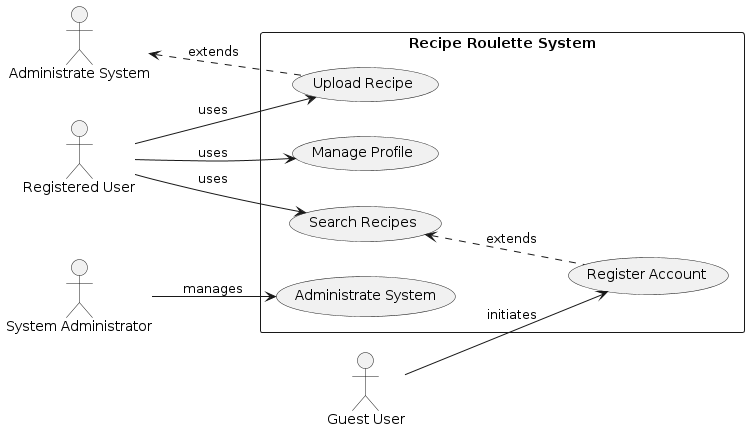
The PlantUML diagram DIAGRAMS/usecasediagram.png in carmensat/RECIPE-ROULETTE, before a commit.
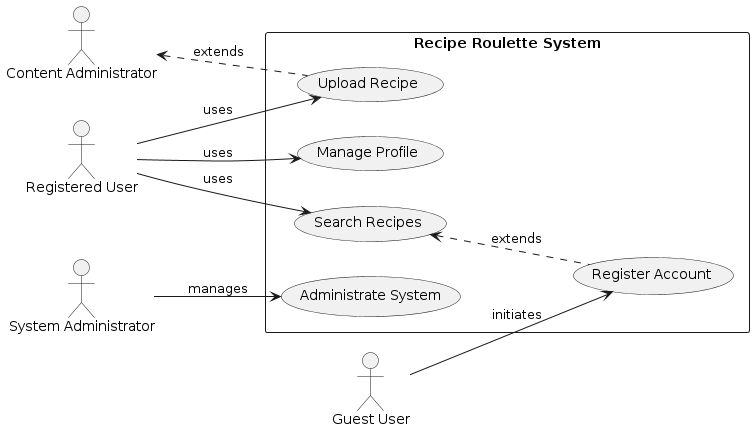
The same file after the commit.

Change to the diagram source:
```diff
@@ -4,13 +4,14 @@
 actor "Guest User" as Guest
 actor "Registered User" as Registered
 actor "System Administrator" as Admin
+actor "Content Administrator" as Cont
 
 rectangle "Recipe Roulette System" {
-    usecase "Register Account" as UC1
-    usecase "Search Recipes" as UC2
-    usecase "Upload Recipe" as UC3
-    usecase "Manage Profile" as UC4
-    usecase "Administrate System" as UC5
+	usecase "Register Account" as UC1
+	usecase "Search Recipes" as UC2
+	usecase "Upload Recipe" as UC3
+	usecase "Manage Profile" as UC4
+	usecase "Administrate System" as UC5
 }
 
 Guest --> UC1 : initiates
@@ -20,5 +21,5 @@
 Admin --> UC5 : manages
 
 UC1 .u.> UC2 : extends
-UC3 .u.> "Administrate System" : extends
+UC3 .u.> Cont : extends
 @enduml
```
